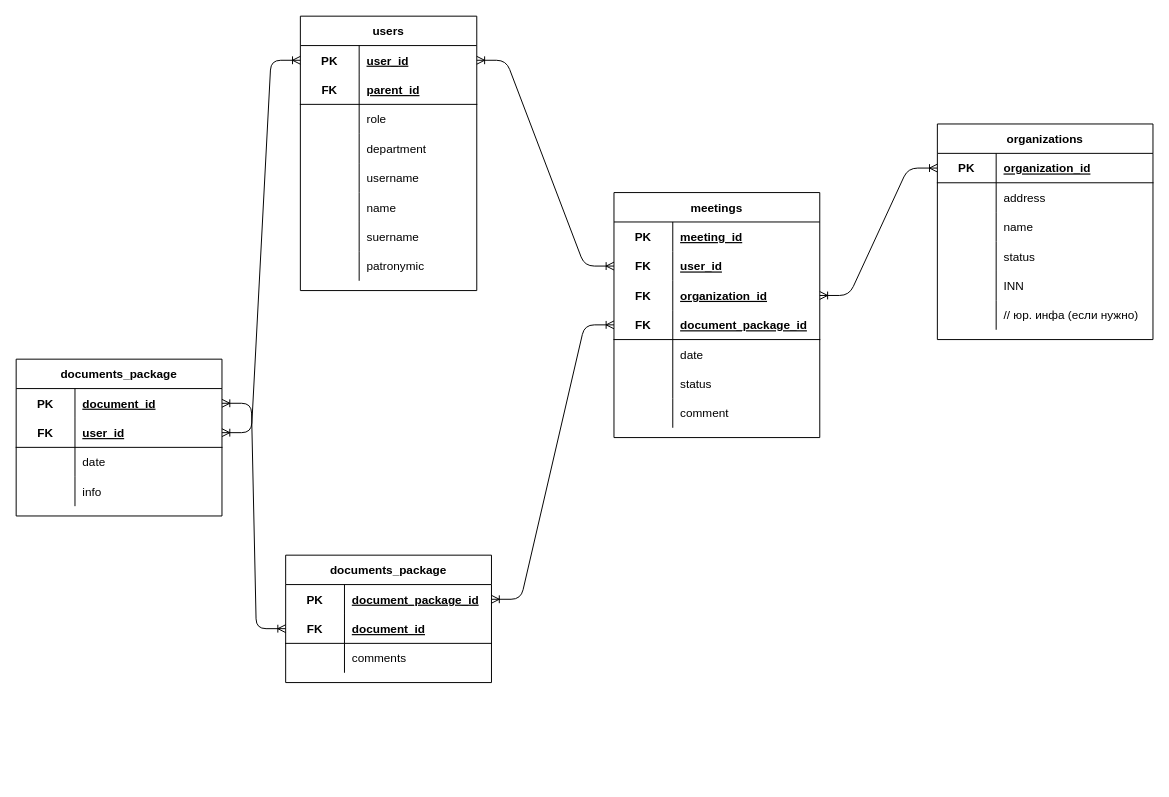
Earlier version of the draw.io diagram medical_comission.drawio (Spec163/medical_app). Source tidied: cells renumbered, new cells numbered last; positions are measured from the earlier drawing's top-left corner, leaving out a move shared by most shapes. Both pictures are drawn from the tidied source at 98%, with x=0, y=0 at pixel (16, 16).
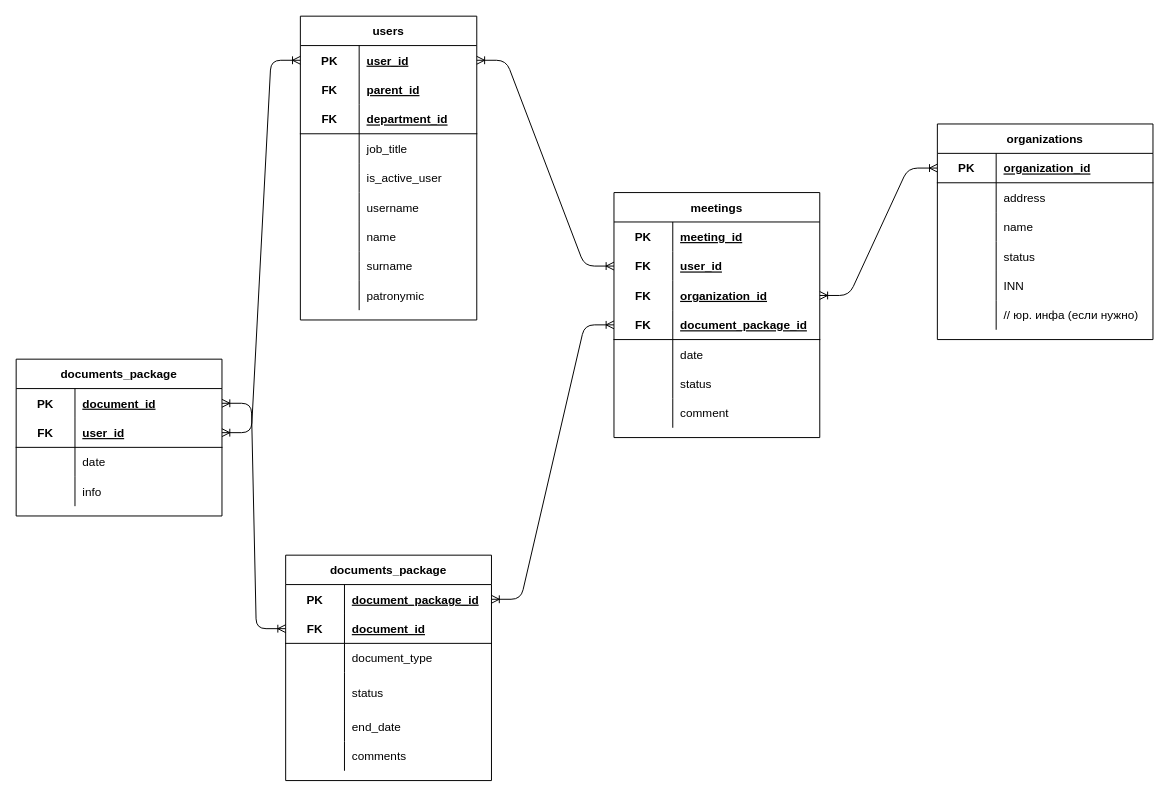
After the change.

The change refers to these unchanged cells:
```xml
<mxCell id="75" style="shape=partialRectangle;fillColor=none;top=0;left=0;bottom=0;right=0;" parent="68" vertex="1">
  <mxGeometry y="90" width="210" height="30" as="geometry" />
</mxCell>
```

What changed in the source:
```diff
@@
     <mxCell id="2" value="users" style="shape=table;startSize=30;childLayout=tableLayout;rowLines=0;fontStyle=1;align=center;perimeterSpacing=0;strokeWidth=1;" parent="1" vertex="1">
-      <mxGeometry x="290" width="180" height="280" as="geometry" />
+      <mxGeometry x="290" width="180" height="310" as="geometry" />
     </mxCell>
@@
+    <mxCell id="96" style="shape=partialRectangle;fillColor=none;top=0;left=0;bottom=0;right=0;" parent="2" vertex="1">
+      <mxGeometry y="90" width="180" height="30" as="geometry" />
+    </mxCell>
+    <mxCell id="97" value="FK" style="shape=partialRectangle;fillColor=none;top=0;left=0;bottom=0;right=0;fontStyle=1;overflow=hidden;" parent="96" vertex="1">
+      <mxGeometry width="60" height="30" as="geometry" />
+    </mxCell>
+    <mxCell id="98" value="department_id" style="shape=partialRectangle;fillColor=none;top=0;left=0;bottom=0;right=0;align=left;spacingLeft=6;fontStyle=5;overflow=hidden;" parent="96" vertex="1">
+      <mxGeometry x="60" width="120" height="30" as="geometry" />
+    </mxCell>
     <mxCell id="9" style="shape=partialRectangle;fillColor=none;top=1;left=0;bottom=0;right=0;strokeWidth=1;" parent="2" vertex="1">
-      <mxGeometry y="90" width="180" height="30" as="geometry" />
+      <mxGeometry y="120" width="180" height="30" as="geometry" />
     </mxCell>
@@
-    <mxCell id="11" value="role" style="shape=partialRectangle;fillColor=none;top=0;left=0;bottom=0;right=0;align=left;spacingLeft=6;overflow=hidden;" parent="9" vertex="1">
+    <mxCell id="11" value="job_title" style="shape=partialRectangle;fillColor=none;top=0;left=0;bottom=0;right=0;align=left;spacingLeft=6;overflow=hidden;" parent="9" vertex="1">
       <mxGeometry x="60" width="120" height="30" as="geometry" />
     </mxCell>
-    <mxCell id="12" style="shape=partialRectangle;fillColor=none;top=0;left=0;bottom=0;right=0;strokeWidth=1;" parent="2" vertex="1">
-      <mxGeometry y="120" width="180" height="30" as="geometry" />
-    </mxCell>
-    <mxCell id="13" style="shape=partialRectangle;fillColor=none;top=0;left=0;bottom=0;right=0;overflow=hidden;" parent="12" vertex="1">
-      <mxGeometry width="60" height="30" as="geometry" />
-    </mxCell>
-    <mxCell id="14" value="department" style="shape=partialRectangle;fillColor=none;top=0;left=0;bottom=0;right=0;align=left;spacingLeft=6;overflow=hidden;" parent="12" vertex="1">
-      <mxGeometry x="60" width="120" height="30" as="geometry" />
-    </mxCell>
+    <mxCell id="99" style="shape=partialRectangle;fillColor=none;top=0;left=0;bottom=0;right=0;strokeWidth=1;" parent="2" vertex="1">
+      <mxGeometry y="150" width="180" height="30" as="geometry" />
+    </mxCell>
+    <mxCell id="100" style="shape=partialRectangle;fillColor=none;top=0;left=0;bottom=0;right=0;overflow=hidden;" parent="99" vertex="1">
+      <mxGeometry width="60" height="30" as="geometry" />
+    </mxCell>
+    <mxCell id="101" value="is_active_user" style="shape=partialRectangle;fillColor=none;top=0;left=0;bottom=0;right=0;align=left;spacingLeft=6;overflow=hidden;" parent="99" vertex="1">
+      <mxGeometry x="60" width="120" height="30" as="geometry" />
+    </mxCell>
     <mxCell id="15" style="shape=partialRectangle;fillColor=none;top=0;left=0;bottom=0;right=0;strokeWidth=1;" parent="2" vertex="1">
-      <mxGeometry y="150" width="180" height="30" as="geometry" />
+      <mxGeometry y="180" width="180" height="30" as="geometry" />
     </mxCell>
@@
     <mxCell id="18" style="shape=partialRectangle;fillColor=none;top=0;left=0;bottom=0;right=0;" parent="2" vertex="1">
-      <mxGeometry y="180" width="180" height="30" as="geometry" />
+      <mxGeometry y="210" width="180" height="30" as="geometry" />
     </mxCell>
@@
     <mxCell id="21" style="shape=partialRectangle;fillColor=none;top=0;left=0;bottom=0;right=0;" parent="2" vertex="1">
-      <mxGeometry y="210" width="180" height="30" as="geometry" />
+      <mxGeometry y="240" width="180" height="30" as="geometry" />
     </mxCell>
@@
-    <mxCell id="23" value="suername" style="shape=partialRectangle;fillColor=none;top=0;left=0;bottom=0;right=0;align=left;spacingLeft=6;overflow=hidden;" parent="21" vertex="1">
+    <mxCell id="23" value="surname" style="shape=partialRectangle;fillColor=none;top=0;left=0;bottom=0;right=0;align=left;spacingLeft=6;overflow=hidden;" parent="21" vertex="1">
       <mxGeometry x="60" width="120" height="30" as="geometry" />
     </mxCell>
     <mxCell id="24" style="shape=partialRectangle;fillColor=none;top=0;left=0;bottom=0;right=0;" parent="2" vertex="1">
-      <mxGeometry y="240" width="180" height="30" as="geometry" />
+      <mxGeometry y="270" width="180" height="30" as="geometry" />
     </mxCell>
@@
     <mxCell id="68" value="documents_package" style="shape=table;startSize=30;childLayout=tableLayout;rowLines=0;fontStyle=1;align=center;" parent="1" vertex="1">
-      <mxGeometry x="275" y="550" width="210" height="130" as="geometry" />
+      <mxGeometry x="275" y="550" width="210" height="230" as="geometry" />
     </mxCell>
@@
-    <mxCell id="77" value="comments" style="shape=partialRectangle;fillColor=none;top=0;left=0;bottom=0;right=0;align=left;spacingLeft=6;overflow=hidden;" parent="75" vertex="1">
+    <mxCell id="77" value="document_type" style="shape=partialRectangle;fillColor=none;top=0;left=0;bottom=0;right=0;align=left;spacingLeft=6;overflow=hidden;" parent="75" vertex="1">
       <mxGeometry x="60" width="150" height="30" as="geometry" />
     </mxCell>
+    <mxCell id="102" style="shape=partialRectangle;fillColor=none;top=0;left=0;bottom=0;right=0;" parent="68" vertex="1">
+      <mxGeometry y="120" width="210" height="40" as="geometry" />
+    </mxCell>
+    <mxCell id="103" style="shape=partialRectangle;fillColor=none;top=0;left=0;bottom=0;right=0;overflow=hidden;" parent="102" vertex="1">
+      <mxGeometry width="60" height="40" as="geometry" />
+    </mxCell>
+    <mxCell id="104" value="status" style="shape=partialRectangle;fillColor=none;top=0;left=0;bottom=0;right=0;align=left;spacingLeft=6;overflow=hidden;" parent="102" vertex="1">
+      <mxGeometry x="60" width="150" height="40" as="geometry" />
+    </mxCell>
+    <mxCell id="105" style="shape=partialRectangle;fillColor=none;top=0;left=0;bottom=0;right=0;" parent="68" vertex="1">
+      <mxGeometry y="160" width="210" height="30" as="geometry" />
+    </mxCell>
+    <mxCell id="106" style="shape=partialRectangle;fillColor=none;top=0;left=0;bottom=0;right=0;overflow=hidden;" parent="105" vertex="1">
+      <mxGeometry width="60" height="30" as="geometry" />
+    </mxCell>
+    <mxCell id="107" value="end_date" style="shape=partialRectangle;fillColor=none;top=0;left=0;bottom=0;right=0;align=left;spacingLeft=6;overflow=hidden;" parent="105" vertex="1">
+      <mxGeometry x="60" width="150" height="30" as="geometry" />
+    </mxCell>
+    <mxCell id="108" style="shape=partialRectangle;fillColor=none;top=0;left=0;bottom=0;right=0;" parent="68" vertex="1">
+      <mxGeometry y="190" width="210" height="30" as="geometry" />
+    </mxCell>
+    <mxCell id="109" style="shape=partialRectangle;fillColor=none;top=0;left=0;bottom=0;right=0;overflow=hidden;" parent="108" vertex="1">
+      <mxGeometry width="60" height="30" as="geometry" />
+    </mxCell>
+    <mxCell id="110" value="comments" style="shape=partialRectangle;fillColor=none;top=0;left=0;bottom=0;right=0;align=left;spacingLeft=6;overflow=hidden;" parent="108" vertex="1">
+      <mxGeometry x="60" width="150" height="30" as="geometry" />
+    </mxCell>
```
